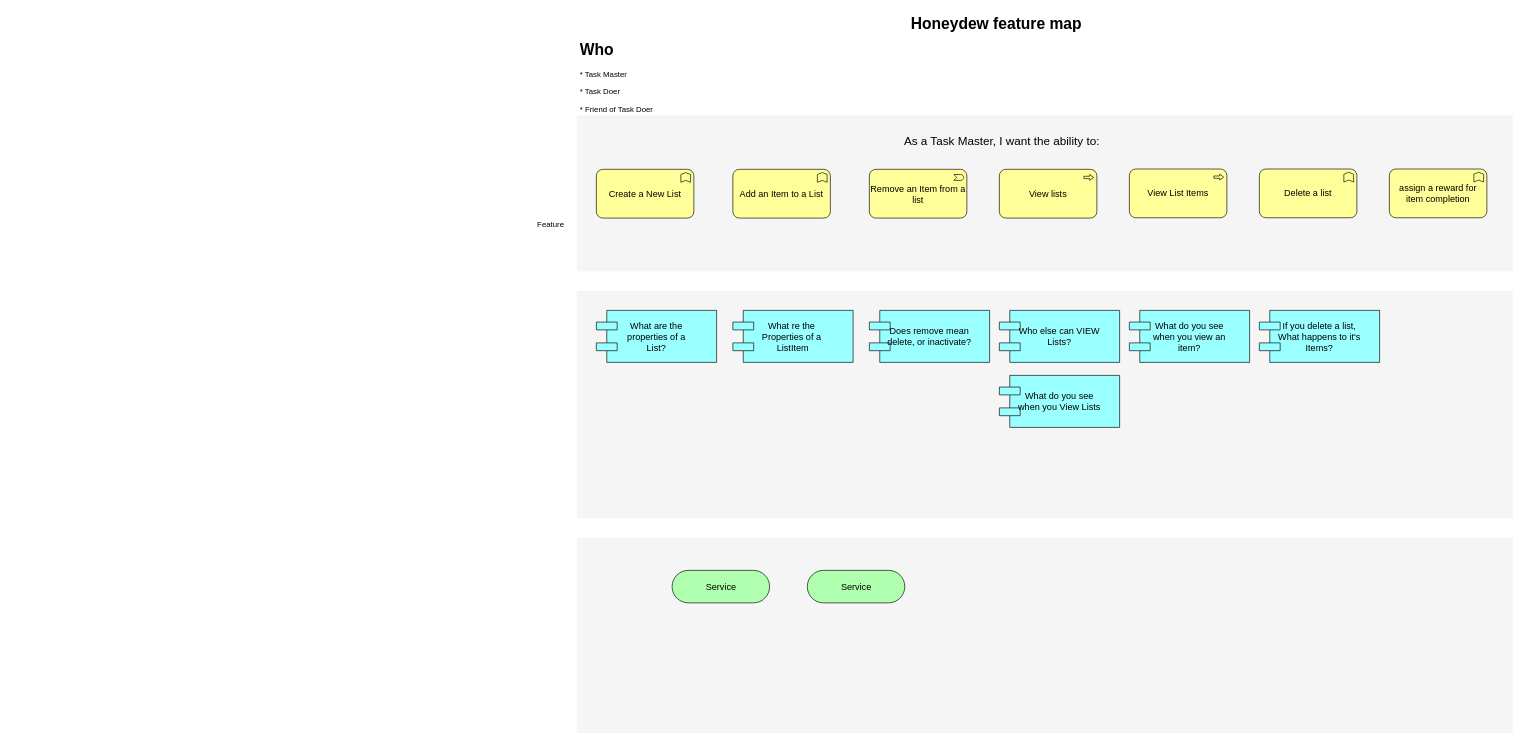
Before: Feature map.drawio in Alchieus/TheHoneydewList, a draw.io diagram. Source tidied: cells renumbered, new cells numbered last; positions are measured from the earlier drawing's top-left corner, leaving out a move shared by most shapes. Both pictures are drawn from the tidied source at 65%, with x=0, y=0 at pixel (479, 11).
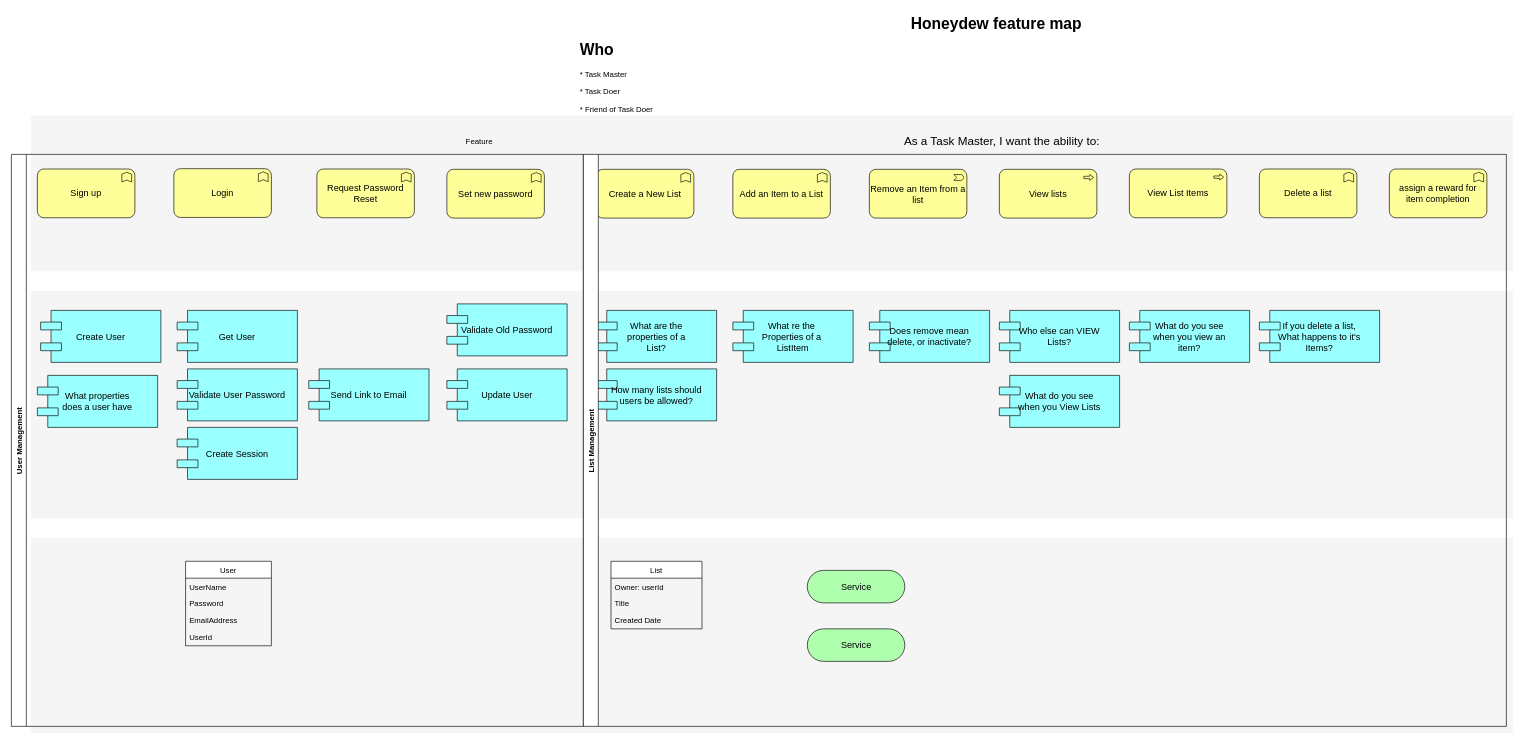
The same diagram, later.

Change to the diagram source:
```diff
@@
     <mxCell id="2" style="whiteSpace=wrap;html=1;strokeColor=none;strokeWidth=1;fillColor=#f5f5f5;fontSize=14;" parent="1" vertex="1">
-      <mxGeometry x="150" y="810" width="1440" height="300" as="geometry" />
+      <mxGeometry x="-690" y="810" width="2280" height="300" as="geometry" />
     </mxCell>
     <mxCell id="3" style="whiteSpace=wrap;html=1;strokeColor=none;strokeWidth=1;fillColor=#f5f5f5;fontSize=14;" parent="1" vertex="1">
-      <mxGeometry x="150" y="430" width="1440" height="350" as="geometry" />
+      <mxGeometry x="-690" y="430" width="2280" height="350" as="geometry" />
     </mxCell>
     <mxCell id="4" style="whiteSpace=wrap;html=1;strokeColor=none;strokeWidth=1;fillColor=#f5f5f5;fontSize=14;" parent="1" vertex="1">
-      <mxGeometry x="150" y="160" width="1440" height="240" as="geometry" />
+      <mxGeometry x="-690" y="160" width="2280" height="240" as="geometry" />
     </mxCell>
     <mxCell id="5" value="Service" style="html=1;whiteSpace=wrap;fillColor=#AFFFAF;shape=mxgraph.archimate3.service;fontSize=14;" parent="1" vertex="1">
-      <mxGeometry x="296.5" y="860" width="150" height="50" as="geometry" />
+      <mxGeometry x="504.5" y="950" width="150" height="50" as="geometry" />
     </mxCell>
@@
     <mxCell id="18" value="Feature" style="text;html=1;strokeColor=none;fillColor=none;align=center;verticalAlign=middle;whiteSpace=wrap;rounded=0;" parent="1" vertex="1">
-      <mxGeometry x="90" y="318" width="40" height="20" as="geometry" />
+      <mxGeometry x="-20" y="190" width="40" height="20" as="geometry" />
     </mxCell>
@@
+    <mxCell id="25" value="List" style="swimlane;fontStyle=0;horizontal=1;startSize=26;" parent="1" vertex="1">
+      <mxGeometry x="202.5" y="846" width="140" height="104" as="geometry" />
+    </mxCell>
+    <mxCell id="26" value="Owner: userId" style="text;strokeColor=none;fillColor=none;align=left;verticalAlign=top;spacingLeft=4;spacingRight=4;overflow=hidden;" parent="25" vertex="1">
+      <mxGeometry y="26" width="140" height="26" as="geometry" />
+    </mxCell>
+    <mxCell id="27" value="Title" style="text;strokeColor=none;fillColor=none;align=left;verticalAlign=top;spacingLeft=4;spacingRight=4;overflow=hidden;" parent="25" vertex="1">
+      <mxGeometry y="52" width="140" height="26" as="geometry" />
+    </mxCell>
+    <mxCell id="28" value="Created Date" style="text;strokeColor=none;fillColor=none;align=left;verticalAlign=top;spacingLeft=4;spacingRight=4;overflow=hidden;" parent="25" vertex="1">
+      <mxGeometry y="78" width="140" height="26" as="geometry" />
+    </mxCell>
+    <mxCell id="29" value="Login" style="html=1;whiteSpace=wrap;fillColor=#ffff99;shape=mxgraph.archimate3.application;appType=func;archiType=rounded;fontSize=14;" parent="1" vertex="1">
+      <mxGeometry x="-470" y="242" width="150" height="75" as="geometry" />
+    </mxCell>
+    <mxCell id="30" value="Sign up" style="html=1;whiteSpace=wrap;fillColor=#ffff99;shape=mxgraph.archimate3.application;appType=func;archiType=rounded;fontSize=14;" parent="1" vertex="1">
+      <mxGeometry x="-680" y="242.5" width="150" height="75" as="geometry" />
+    </mxCell>
+    <mxCell id="31" value="Request Password Reset" style="html=1;whiteSpace=wrap;fillColor=#ffff99;shape=mxgraph.archimate3.application;appType=func;archiType=rounded;fontSize=14;" parent="1" vertex="1">
+      <mxGeometry x="-250" y="242.5" width="150" height="75" as="geometry" />
+    </mxCell>
+    <mxCell id="32" value="Create User" style="shape=component;align=center;fillColor=#99ffff;gradientColor=none;fontSize=14;" parent="1" vertex="1">
+      <mxGeometry x="-675" y="460" width="185" height="80" as="geometry" />
+    </mxCell>
+    <mxCell id="33" value="What properties &#10;does a user have" style="shape=component;align=center;fillColor=#99ffff;gradientColor=none;fontSize=14;" parent="1" vertex="1">
+      <mxGeometry x="-680" y="560" width="185" height="80" as="geometry" />
+    </mxCell>
+    <mxCell id="34" value="User" style="swimlane;fontStyle=0;horizontal=1;startSize=26;" parent="1" vertex="1">
+      <mxGeometry x="-452" y="846" width="132" height="130" as="geometry" />
+    </mxCell>
+    <mxCell id="35" value="UserName" style="text;strokeColor=none;fillColor=none;align=left;verticalAlign=top;spacingLeft=4;spacingRight=4;overflow=hidden;" parent="34" vertex="1">
+      <mxGeometry y="26" width="132" height="26" as="geometry" />
+    </mxCell>
+    <mxCell id="36" value="Password" style="text;strokeColor=none;fillColor=none;align=left;verticalAlign=top;spacingLeft=4;spacingRight=4;overflow=hidden;" parent="34" vertex="1">
+      <mxGeometry y="52" width="132" height="26" as="geometry" />
+    </mxCell>
+    <mxCell id="37" value="EmailAddress" style="text;strokeColor=none;fillColor=none;align=left;verticalAlign=top;spacingLeft=4;spacingRight=4;overflow=hidden;" parent="34" vertex="1">
+      <mxGeometry y="78" width="132" height="52" as="geometry" />
+    </mxCell>
+    <mxCell id="38" value="UserId" style="text;strokeColor=none;fillColor=none;align=left;verticalAlign=top;spacingLeft=4;spacingRight=4;overflow=hidden;" parent="1" vertex="1">
+      <mxGeometry x="-452" y="950" width="60" height="26" as="geometry" />
+    </mxCell>
+    <mxCell id="39" value="Get User" style="shape=component;align=center;fillColor=#99ffff;gradientColor=none;fontSize=14;" parent="1" vertex="1">
+      <mxGeometry x="-465" y="460" width="185" height="80" as="geometry" />
+    </mxCell>
+    <mxCell id="40" value="Validate User Password" style="shape=component;align=center;fillColor=#99ffff;gradientColor=none;fontSize=14;" parent="1" vertex="1">
+      <mxGeometry x="-465" y="550" width="185" height="80" as="geometry" />
+    </mxCell>
+    <mxCell id="41" value="Create Session" style="shape=component;align=center;fillColor=#99ffff;gradientColor=none;fontSize=14;" parent="1" vertex="1">
+      <mxGeometry x="-465" y="640" width="185" height="80" as="geometry" />
+    </mxCell>
+    <mxCell id="42" value="Send Link to Email" style="shape=component;align=center;fillColor=#99ffff;gradientColor=none;fontSize=14;" parent="1" vertex="1">
+      <mxGeometry x="-262.5" y="550" width="185" height="80" as="geometry" />
+    </mxCell>
+    <mxCell id="43" value="Set new password" style="html=1;whiteSpace=wrap;fillColor=#ffff99;shape=mxgraph.archimate3.application;appType=func;archiType=rounded;fontSize=14;" parent="1" vertex="1">
+      <mxGeometry x="-50" y="243" width="150" height="75" as="geometry" />
+    </mxCell>
+    <mxCell id="44" value="Validate Old Password" style="shape=component;align=center;fillColor=#99ffff;gradientColor=none;fontSize=14;" parent="1" vertex="1">
+      <mxGeometry x="-50" y="450" width="185" height="80" as="geometry" />
+    </mxCell>
+    <mxCell id="45" value="Update User" style="shape=component;align=center;fillColor=#99ffff;gradientColor=none;fontSize=14;" parent="1" vertex="1">
+      <mxGeometry x="-50" y="550" width="185" height="80" as="geometry" />
+    </mxCell>
+    <mxCell id="46" value="User Management" style="swimlane;horizontal=0;" parent="1" vertex="1">
+      <mxGeometry x="-720" y="220" width="880" height="880" as="geometry" />
+    </mxCell>
+    <mxCell id="47" value="How many lists should &#10;users be allowed?" style="shape=component;align=center;fillColor=#99ffff;gradientColor=none;fontSize=14;" parent="1" vertex="1">
+      <mxGeometry x="180" y="550" width="185" height="80" as="geometry" />
+    </mxCell>
+    <mxCell id="48" value="List Management" style="swimlane;horizontal=0;" parent="1" vertex="1">
+      <mxGeometry x="160" y="220" width="1420" height="880" as="geometry" />
+    </mxCell>
```
